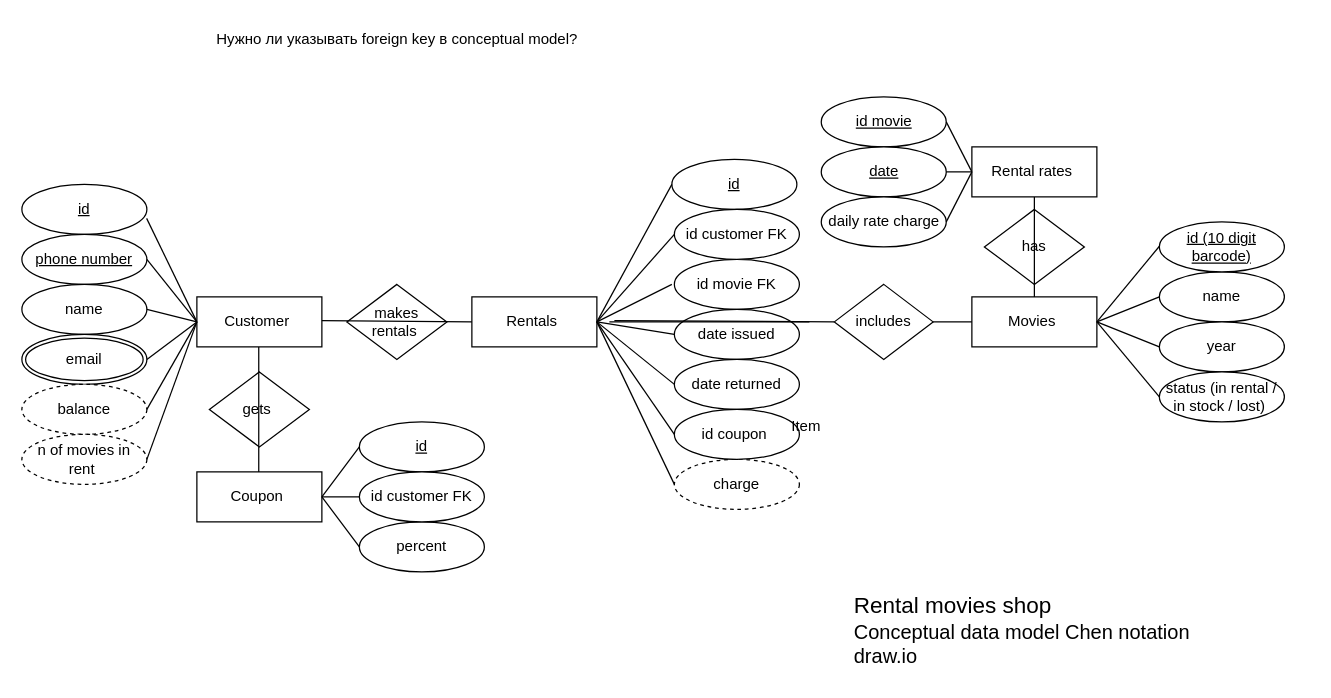
Earlier version of the draw.io diagram conceptual  rental movie shop.drawio (boudzela/data_model_rental_movie_shop). Source tidied: cells renumbered, new cells numbered last; positions are measured from the earlier drawing's top-left corner, leaving out a move shared by most shapes. Both pictures are drawn from the tidied source at 125%, with x=0, y=0 at pixel (21, 21).
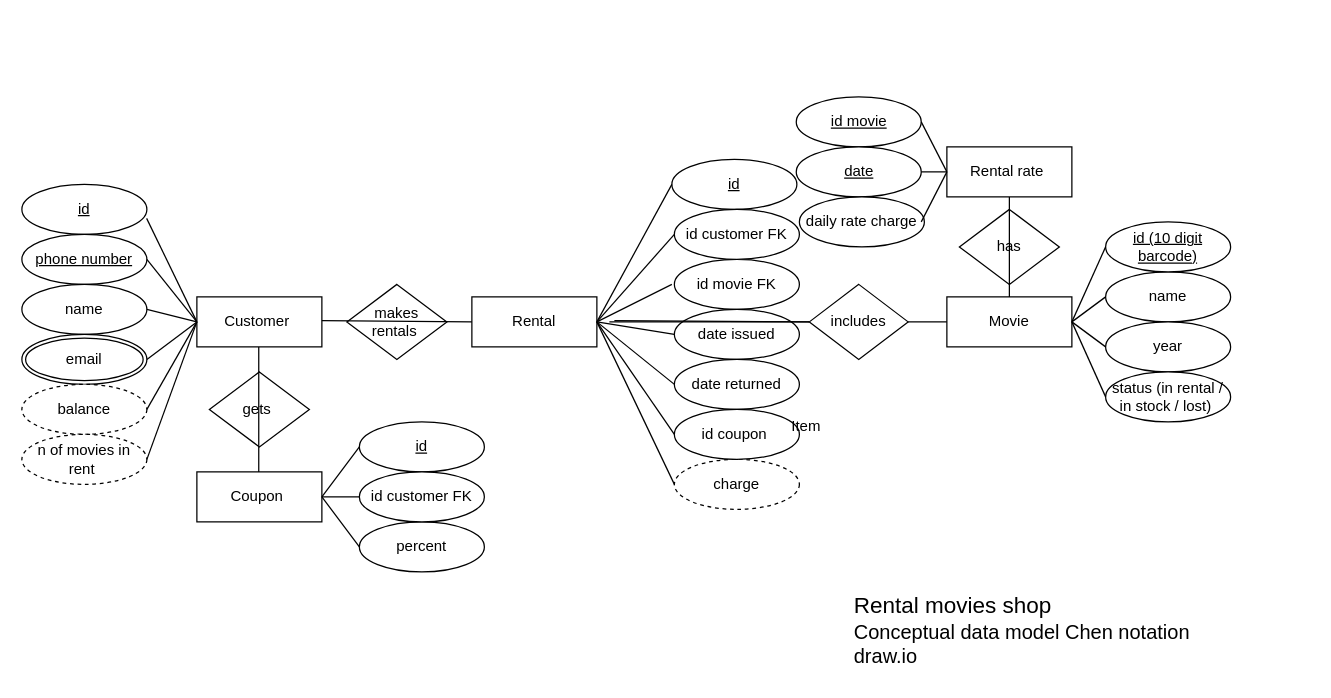
The same diagram, later.

Commit message:
adjusted to page margines

What changed in the source:
```diff
@@
-    <mxCell id="3" value="Movies&amp;nbsp;" style="whiteSpace=wrap;html=1;align=center;" parent="1" vertex="1">
-      <mxGeometry x="760" y="220" width="100" height="40" as="geometry" />
+    <mxCell id="3" value="Movie" style="whiteSpace=wrap;html=1;align=center;" parent="1" vertex="1">
+      <mxGeometry x="740" y="220" width="100" height="40" as="geometry" />
     </mxCell>
@@
     <mxCell id="12" value="name" style="ellipse;whiteSpace=wrap;html=1;align=center;" parent="1" vertex="1">
-      <mxGeometry x="910" y="200" width="100" height="40" as="geometry" />
+      <mxGeometry x="867" y="200" width="100" height="40" as="geometry" />
     </mxCell>
     <mxCell id="13" value="id (10 digit barcode)" style="ellipse;whiteSpace=wrap;html=1;align=center;fontStyle=4;" parent="1" vertex="1">
-      <mxGeometry x="910" y="160" width="100" height="40" as="geometry" />
+      <mxGeometry x="867" y="160" width="100" height="40" as="geometry" />
     </mxCell>
     <mxCell id="14" value="year" style="ellipse;whiteSpace=wrap;html=1;align=center;" parent="1" vertex="1">
-      <mxGeometry x="910" y="240" width="100" height="40" as="geometry" />
+      <mxGeometry x="867" y="240" width="100" height="40" as="geometry" />
     </mxCell>
     <mxCell id="15" value="status (in rental / in stock / lost)&amp;nbsp;" style="ellipse;whiteSpace=wrap;html=1;align=center;" parent="1" vertex="1">
-      <mxGeometry x="910" y="280" width="100" height="40" as="geometry" />
+      <mxGeometry x="867" y="280" width="100" height="40" as="geometry" />
     </mxCell>
-    <mxCell id="16" style="endArrow=none;html=1;rounded=0;" parent="1" edge="1">
+    <mxCell id="16" style="endArrow=none;html=1;rounded=0;entryX=0;entryY=0.5;entryDx=0;entryDy=0;" parent="1" edge="1" target="13">
       <mxGeometry relative="1" as="geometry">
-        <mxPoint x="860" y="240" as="sourcePoint" />
-        <mxPoint x="910" y="179.5" as="targetPoint" />
+        <mxPoint x="840" y="240" as="sourcePoint" />
       </mxGeometry>
     </mxCell>
     <mxCell id="17" style="endArrow=none;html=1;rounded=0;entryX=0;entryY=0.5;entryDx=0;entryDy=0;" parent="1" edge="1" target="12">
       <mxGeometry relative="1" as="geometry">
-        <mxPoint x="860" y="240" as="sourcePoint" />
+        <mxPoint x="840" y="240" as="sourcePoint" />
       </mxGeometry>
     </mxCell>
-    <mxCell id="18" style="endArrow=none;html=1;rounded=0;entryX=0;entryY=0.5;entryDx=0;entryDy=0;" parent="1" edge="1">
+    <mxCell id="18" style="endArrow=none;html=1;rounded=0;entryX=0;entryY=0.5;entryDx=0;entryDy=0;" parent="1" edge="1" target="15">
       <mxGeometry relative="1" as="geometry">
-        <mxPoint x="860" y="240" as="sourcePoint" />
-        <mxPoint x="910" y="300" as="targetPoint" />
+        <mxPoint x="840" y="240" as="sourcePoint" />
       </mxGeometry>
     </mxCell>
     <mxCell id="19" style="endArrow=none;html=1;rounded=0;entryX=0;entryY=0.5;entryDx=0;entryDy=0;" parent="1" edge="1" target="14">
       <mxGeometry relative="1" as="geometry">
-        <mxPoint x="860" y="240" as="sourcePoint" />
+        <mxPoint x="840" y="240" as="sourcePoint" />
       </mxGeometry>
     </mxCell>
@@
-    <mxCell id="26" value="Нужно ли указывать foreign key в conceptual model?&amp;nbsp;&amp;nbsp;" style="text;strokeColor=none;fillColor=none;spacingLeft=4;spacingRight=4;overflow=hidden;fontSize=12;whiteSpace=wrap;html=1;" parent="1" vertex="1">
-      <mxGeometry x="150" width="320" height="30" as="geometry" />
-    </mxCell>
-    <mxCell id="27" value="Rental rates&amp;nbsp;" style="whiteSpace=wrap;html=1;align=center;" parent="1" vertex="1">
-      <mxGeometry x="760" y="100" width="100" height="40" as="geometry" />
+    <mxCell id="27" value="Rental rate&amp;nbsp;" style="whiteSpace=wrap;html=1;align=center;" parent="1" vertex="1">
+      <mxGeometry x="740" y="100" width="100" height="40" as="geometry" />
     </mxCell>
     <mxCell id="28" value="id movie" style="ellipse;whiteSpace=wrap;html=1;align=center;fontStyle=4;" parent="1" vertex="1">
-      <mxGeometry x="639.5" y="60" width="100" height="40" as="geometry" />
+      <mxGeometry x="619.5" y="60" width="100" height="40" as="geometry" />
     </mxCell>
     <mxCell id="29" value="date" style="ellipse;whiteSpace=wrap;html=1;align=center;fontStyle=4;" parent="1" vertex="1">
-      <mxGeometry x="639.5" y="100" width="100" height="40" as="geometry" />
+      <mxGeometry x="619.5" y="100" width="100" height="40" as="geometry" />
     </mxCell>
     <mxCell id="30" value="daily rate charge" style="ellipse;whiteSpace=wrap;html=1;align=center;" parent="1" vertex="1">
-      <mxGeometry x="639.5" y="140" width="100" height="40" as="geometry" />
+      <mxGeometry x="622" y="140" width="100" height="40" as="geometry" />
     </mxCell>
-    <mxCell id="31" style="endArrow=none;html=1;rounded=0;entryX=1;entryY=0.5;entryDx=0;entryDy=0;exitX=0;exitY=0.5;exitDx=0;exitDy=0;" parent="1" edge="1" source="27" target="28">
-      <mxGeometry relative="1" as="geometry" />
+    <mxCell id="31" style="endArrow=none;html=1;rounded=0;entryX=1;entryY=0.5;entryDx=0;entryDy=0;exitX=0;exitY=0.5;exitDx=0;exitDy=0;" parent="1" edge="1" source="27">
+      <mxGeometry relative="1" as="geometry">
+        <mxPoint x="719.5" y="80" as="targetPoint" />
+      </mxGeometry>
     </mxCell>
     <mxCell id="32" style="line;strokeWidth=1;dashed=0;labelPosition=right;align=left;verticalAlign=middle;spacingTop=0;spacingLeft=6;" parent="1" vertex="1">
-      <mxGeometry x="739.5" y="115" width="20.5" height="10" as="geometry" />
+      <mxGeometry x="719.5" y="115" width="20.5" height="10" as="geometry" />
     </mxCell>
-    <mxCell id="33" style="endArrow=none;html=1;rounded=0;entryX=1;entryY=0.5;entryDx=0;entryDy=0;exitX=0;exitY=0.5;exitDx=0;exitDy=0;" parent="1" edge="1" source="27" target="30">
-      <mxGeometry relative="1" as="geometry" />
+    <mxCell id="33" style="endArrow=none;html=1;rounded=0;entryX=1;entryY=0.5;entryDx=0;entryDy=0;exitX=0;exitY=0.5;exitDx=0;exitDy=0;" parent="1" edge="1" source="27">
+      <mxGeometry relative="1" as="geometry">
+        <mxPoint x="719.5" y="160" as="targetPoint" />
+      </mxGeometry>
     </mxCell>
-    <mxCell id="34" value="Rentals&amp;nbsp;" style="whiteSpace=wrap;html=1;align=center;" parent="1" vertex="1">
+    <mxCell id="34" value="Rental" style="whiteSpace=wrap;html=1;align=center;" parent="1" vertex="1">
       <mxGeometry x="360" y="220" width="100" height="40" as="geometry" />
     </mxCell>
@@
     <mxCell id="59" value="includes" style="shape=rhombus;perimeter=rhombusPerimeter;whiteSpace=wrap;html=1;align=center;" parent="1" vertex="1">
-      <mxGeometry x="650" y="210" width="79" height="60" as="geometry" />
+      <mxGeometry x="630" y="210" width="79" height="60" as="geometry" />
     </mxCell>
@@
     <mxCell id="61" value="has" style="shape=rhombus;perimeter=rhombusPerimeter;whiteSpace=wrap;html=1;align=center;" parent="1" vertex="1">
-      <mxGeometry x="770" y="150" width="80" height="60" as="geometry" />
+      <mxGeometry x="750" y="150" width="80" height="60" as="geometry" />
     </mxCell>
```
